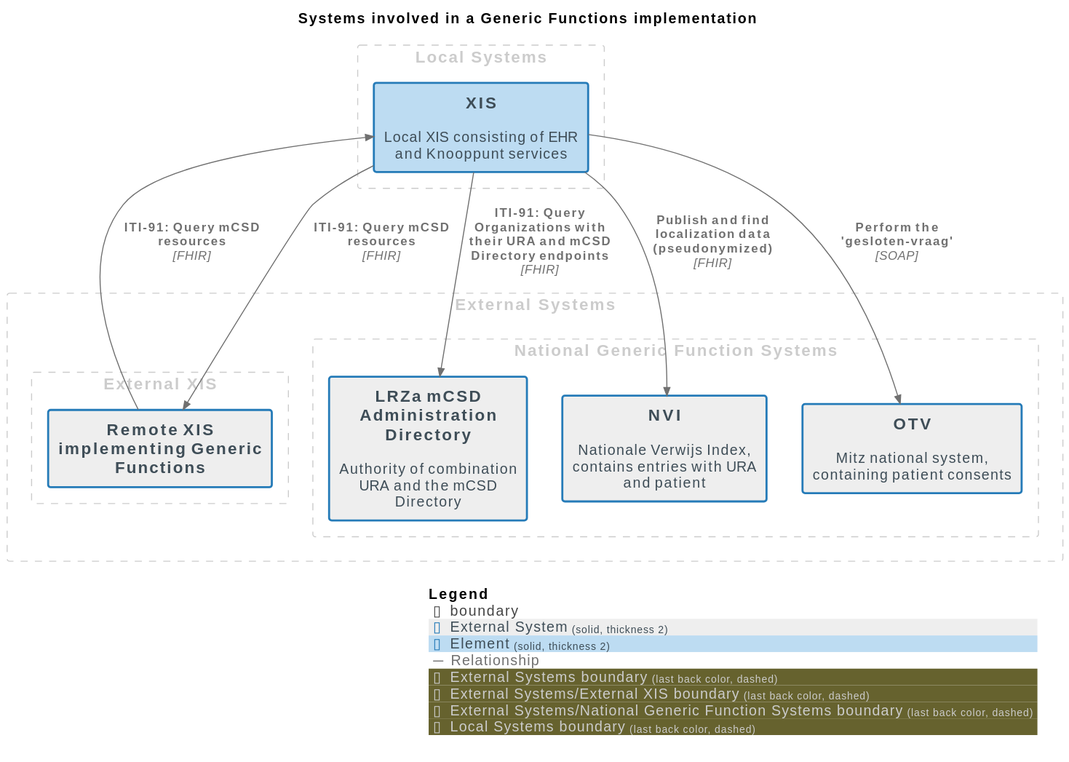
Earlier version of the PlantUML export docs/images/structurizr-GF_SystemContext.svg (nuts-foundation/nuts-knooppunt).
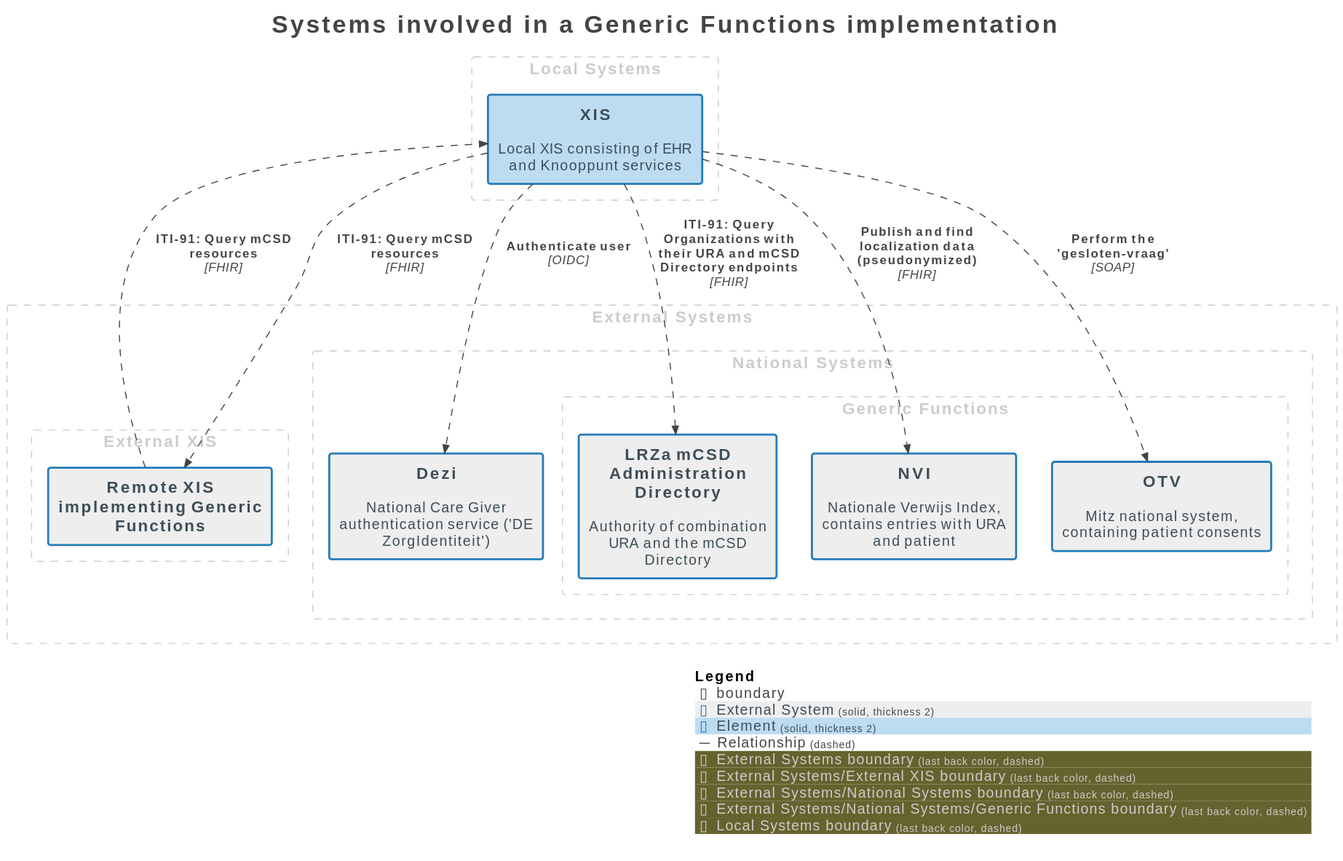
The same file after the commit.

The edit, as a diff of the source:
```diff
@@ -1,8 +1,15 @@
 @startuml
+title <size:24>Systems involved in a Generic Functions implementation</size>
+
 set separator none
-title Systems involved in a Generic Functions implementation
+top to bottom direction
 
-top to bottom direction
+<style>
+  root {
+    BackgroundColor: #ffffff
+    FontColor: #444444
+  }
+</style>
 
 !include <C4/C4>
 !include <C4/C4_Context>
@@ -10,7 +17,7 @@
 AddElementTag("External System", $bgColor="#eeeeee", $borderColor="#257bb8", $fontColor="#3e4d57", $sprite="", $shadowing="", $borderStyle="solid", $borderThickness="2")
 AddElementTag("Element", $bgColor="#bddcf2", $borderColor="#257bb8", $fontColor="#3e4d57", $sprite="", $shadowing="", $borderStyle="solid", $borderThickness="2")
 
-AddRelTag("Relationship", $textColor="#707070", $lineColor="#707070", $lineStyle = "")
+AddRelTag("Relationship", $textColor="#444444", $lineColor="#444444", $lineStyle = DashedLine())
 
 AddBoundaryTag("External Systems", $borderColor="#cccccc", $fontColor="#cccccc", $borderStyle="dashed")
 Boundary(group_1, "External Systems", $tags="External Systems") {
@@ -19,17 +26,22 @@
       System(RemoteXISimplementingGenericFunctions, "Remote XIS\nimplementing Generic Functions", $descr="", $tags="External System", $link="")
     }
 
-    AddBoundaryTag("External Systems/National Generic Function Systems", $borderColor="#cccccc", $fontColor="#cccccc", $borderStyle="dashed")
-    Boundary(group_3, "National Generic Function Systems", $tags="External Systems/National Generic Function Systems") {
-      System(LRZamCSDAdministrationDirectory, "LRZa mCSD Administration Directory", $descr="Authority of combination URA and the mCSD Directory", $tags="External System", $link="")
-      System(NVI, "NVI", $descr="Nationale Verwijs Index, contains entries with URA and patient", $tags="External System", $link="")
-      System(OTV, "OTV", $descr="Mitz national system, containing patient consents", $tags="External System", $link="")
+    AddBoundaryTag("External Systems/National Systems", $borderColor="#cccccc", $fontColor="#cccccc", $borderStyle="dashed")
+    Boundary(group_3, "National Systems", $tags="External Systems/National Systems") {
+      System(Dezi, "Dezi", $descr="National Care Giver authentication service ('DE ZorgIdentiteit')", $tags="External System", $link="")
+        AddBoundaryTag("External Systems/National Systems/Generic Functions", $borderColor="#cccccc", $fontColor="#cccccc", $borderStyle="dashed")
+        Boundary(group_4, "Generic Functions", $tags="External Systems/National Systems/Generic Functions") {
+          System(LRZamCSDAdministrationDirectory, "LRZa mCSD Administration Directory", $descr="Authority of combination URA and the mCSD Directory", $tags="External System", $link="")
+          System(NVI, "NVI", $descr="Nationale Verwijs Index, contains entries with URA and patient", $tags="External System", $link="")
+          System(OTV, "OTV", $descr="Mitz national system, containing patient consents", $tags="External System", $link="")
+        }
+
     }
 
 }
 
 AddBoundaryTag("Local Systems", $borderColor="#cccccc", $fontColor="#cccccc", $borderStyle="dashed")
-Boundary(group_4, "Local Systems", $tags="Local Systems") {
+Boundary(group_5, "Local Systems", $tags="Local Systems") {
   System(XIS, "XIS", $descr="Local XIS consisting of EHR and Knooppunt services", $tags="Element", $link="")
 }
 
@@ -39,6 +51,8 @@
 Rel(XIS, RemoteXISimplementingGenericFunctions, "ITI-91: Query mCSD resources", $techn="FHIR", $tags="Relationship", $link="")
 Rel(XIS, NVI, "Publish and find localization data\n(pseudonymized)", $techn="FHIR", $tags="Relationship", $link="")
 Rel(XIS, OTV, "Perform the 'gesloten-vraag'", $techn="SOAP", $tags="Relationship", $link="")
+Rel(XIS, Dezi, "Authenticate user", $techn="OIDC", $tags="Relationship", $link="")
 
 SHOW_LEGEND(true)
+hide stereotypes
 @enduml
```
